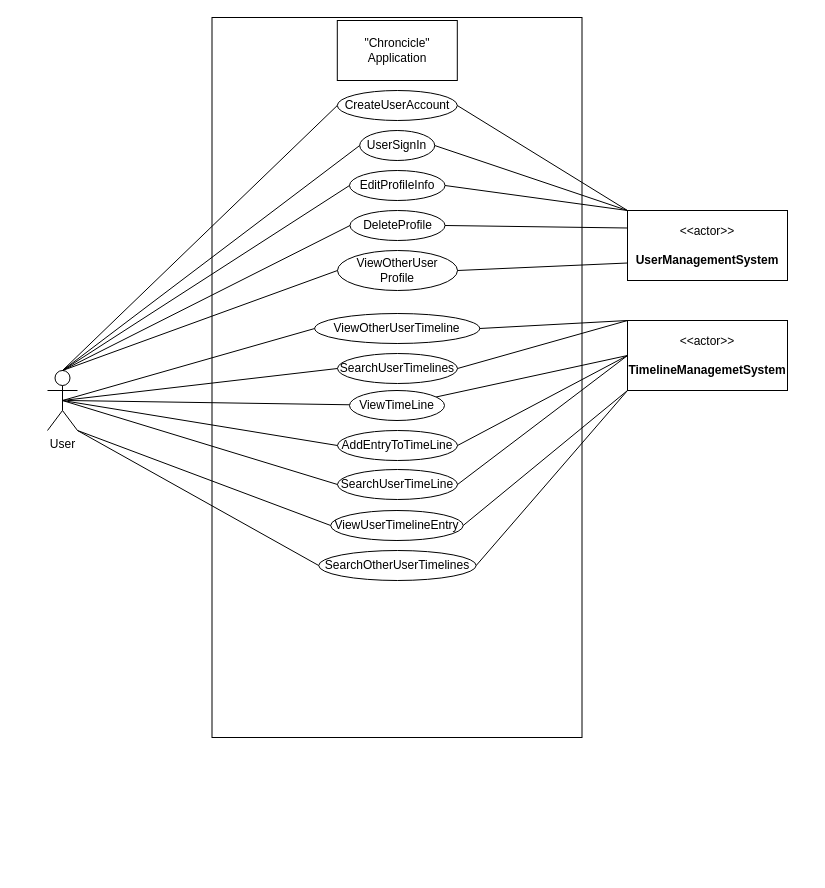
Vaibhav-G-Parmar/Chronicle-Your-Ultimate-Travel-Companion keeps this draw.io diagram as Untitled Diagram.drawio. Above is the earlier version. Source tidied: cells renumbered, new cells numbered last; positions are measured from the earlier drawing's top-left corner, leaving out a move shared by most shapes. Both pictures are drawn from the tidied source at 100%, with x=0, y=0 at pixel (47, 17).
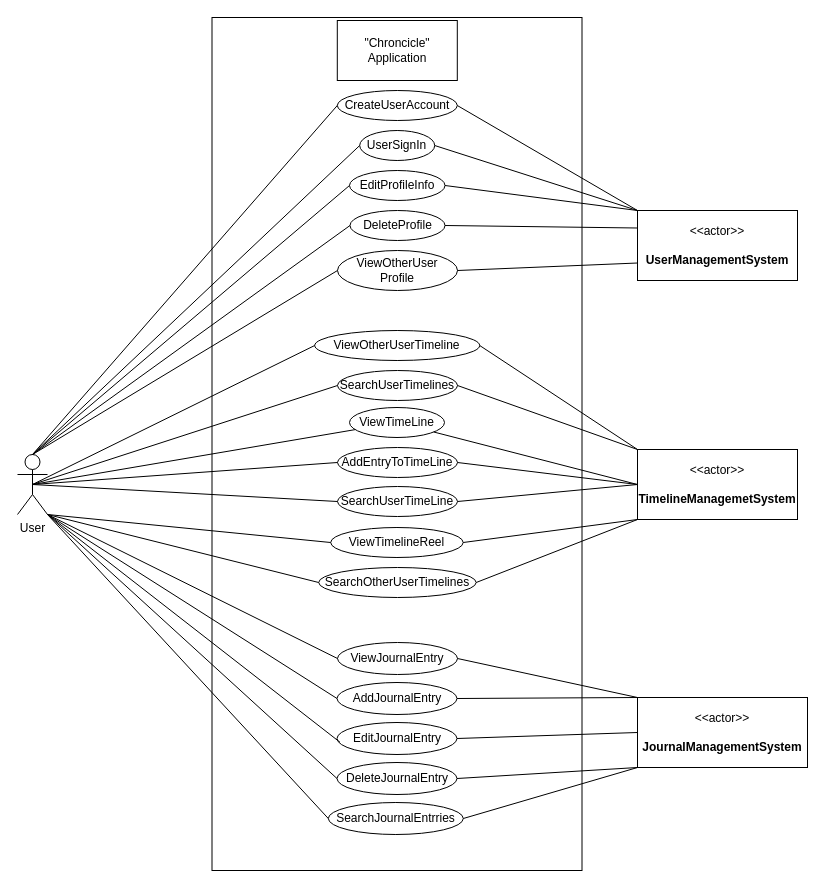
After the change.

The edit, as a diff of the source:
```diff
@@
     <mxCell id="2" style="rounded=0;whiteSpace=wrap;html=1;" parent="1" vertex="1">
-      <mxGeometry x="164.5" width="370" height="720" as="geometry" />
+      <mxGeometry x="164.5" width="370" height="853" as="geometry" />
     </mxCell>
     <mxCell id="3" value="User" style="shape=umlActor;verticalLabelPosition=bottom;verticalAlign=top;html=1;outlineConnect=0;" parent="1" vertex="1">
-      <mxGeometry y="353" width="30" height="60" as="geometry" />
+      <mxGeometry x="-30" y="437" width="30" height="60" as="geometry" />
     </mxCell>
     <mxCell id="4" value="&amp;lt;&amp;lt;actor&amp;gt;&amp;gt;&lt;br&gt;&lt;br&gt;&lt;b&gt;UserManagementSystem&lt;br&gt;&lt;/b&gt;" style="html=1;align=center;verticalAlign=middle;dashed=0;whiteSpace=wrap;" parent="1" vertex="1">
-      <mxGeometry x="580" y="193" width="160" height="70" as="geometry" />
+      <mxGeometry x="590" y="193" width="160" height="70" as="geometry" />
     </mxCell>
@@
     <mxCell id="18" value="&amp;lt;&amp;lt;actor&amp;gt;&amp;gt;&lt;br&gt;&lt;br&gt;&lt;b style=&quot;border-color: var(--border-color);&quot;&gt;TimelineManagemetSystem&lt;/b&gt;&lt;b&gt;&lt;br&gt;&lt;/b&gt;" style="html=1;align=center;verticalAlign=middle;dashed=0;whiteSpace=wrap;" parent="1" vertex="1">
-      <mxGeometry x="580" y="303" width="160" height="70" as="geometry" />
+      <mxGeometry x="590" y="432" width="160" height="70" as="geometry" />
     </mxCell>
     <mxCell id="19" value="ViewOtherUserTimeline" style="ellipse;whiteSpace=wrap;html=1;" parent="1" vertex="1">
-      <mxGeometry x="267.2" y="296" width="165" height="30" as="geometry" />
+      <mxGeometry x="267.2" y="313" width="165" height="30" as="geometry" />
     </mxCell>
-    <mxCell id="20" style="endArrow=none;html=1;rounded=0;entryX=0;entryY=0.5;entryDx=0;entryDy=0;" parent="1" edge="1" target="19">
-      <mxGeometry relative="1" as="geometry">
-        <mxPoint x="15" y="383" as="sourcePoint" />
-      </mxGeometry>
+    <mxCell id="20" style="endArrow=none;html=1;rounded=0;entryX=0;entryY=0.5;entryDx=0;entryDy=0;exitX=0.5;exitY=0.5;exitDx=0;exitDy=0;exitPerimeter=0;" parent="1" edge="1" source="3" target="19">
+      <mxGeometry relative="1" as="geometry" />
     </mxCell>
     <mxCell id="21" value="SearchUserTimelines" style="ellipse;whiteSpace=wrap;html=1;" parent="1" vertex="1">
-      <mxGeometry x="290" y="336" width="120" height="30" as="geometry" />
+      <mxGeometry x="290" y="353" width="120" height="30" as="geometry" />
     </mxCell>
@@
     <mxCell id="25" value="ViewTimeLine" style="ellipse;whiteSpace=wrap;html=1;" parent="1" vertex="1">
-      <mxGeometry x="302" y="373" width="95" height="30" as="geometry" />
+      <mxGeometry x="302" y="390" width="95" height="30" as="geometry" />
     </mxCell>
-    <mxCell id="26" style="endArrow=none;html=1;rounded=0;" parent="1" edge="1" target="25">
-      <mxGeometry relative="1" as="geometry">
-        <mxPoint x="20" y="383" as="sourcePoint" />
-      </mxGeometry>
+    <mxCell id="26" style="endArrow=none;html=1;rounded=0;exitX=0.5;exitY=0.5;exitDx=0;exitDy=0;exitPerimeter=0;" parent="1" edge="1" source="3" target="25">
+      <mxGeometry relative="1" as="geometry" />
     </mxCell>
     <mxCell id="27" value="SearchUserTimeLine" style="ellipse;whiteSpace=wrap;html=1;" parent="1" vertex="1">
-      <mxGeometry x="290" y="452" width="120" height="30" as="geometry" />
+      <mxGeometry x="290" y="469" width="120" height="30" as="geometry" />
     </mxCell>
@@
     <mxCell id="30" value="AddEntryToTimeLine" style="ellipse;whiteSpace=wrap;html=1;" parent="1" vertex="1">
-      <mxGeometry x="290" y="413" width="120" height="30" as="geometry" />
+      <mxGeometry x="290" y="430" width="120" height="30" as="geometry" />
     </mxCell>
@@
-    <mxCell id="37" value="ViewUserTimelineEntry" style="ellipse;whiteSpace=wrap;html=1;" parent="1" vertex="1">
-      <mxGeometry x="283.2" y="493" width="132.5" height="30" as="geometry" />
+    <mxCell id="37" value="ViewTimelineReel" style="ellipse;whiteSpace=wrap;html=1;" parent="1" vertex="1">
+      <mxGeometry x="283.2" y="510" width="132.5" height="30" as="geometry" />
     </mxCell>
@@
     <mxCell id="40" value="SearchOtherUserTimelines" style="ellipse;whiteSpace=wrap;html=1;" parent="1" vertex="1">
-      <mxGeometry x="271.2" y="533" width="157.5" height="30" as="geometry" />
+      <mxGeometry x="271.2" y="550" width="157.5" height="30" as="geometry" />
     </mxCell>
-    <mxCell id="41" style="endArrow=none;html=1;rounded=0;entryX=0;entryY=0.5;entryDx=0;entryDy=0;" parent="1" edge="1" target="40">
-      <mxGeometry relative="1" as="geometry">
-        <mxPoint x="30" y="413" as="sourcePoint" />
-      </mxGeometry>
+    <mxCell id="41" style="endArrow=none;html=1;rounded=0;entryX=0;entryY=0.5;entryDx=0;entryDy=0;exitX=1;exitY=1;exitDx=0;exitDy=0;exitPerimeter=0;" parent="1" edge="1" source="3" target="40">
+      <mxGeometry relative="1" as="geometry" />
     </mxCell>
@@
+    <mxCell id="43" value="ViewJournalEntry" style="ellipse;whiteSpace=wrap;html=1;" parent="1" vertex="1">
+      <mxGeometry x="290" y="625" width="120" height="32" as="geometry" />
+    </mxCell>
+    <mxCell id="44" value="&amp;lt;&amp;lt;actor&amp;gt;&amp;gt;&lt;br&gt;&lt;br&gt;&lt;b&gt;JournalManagementSystem&lt;br&gt;&lt;/b&gt;" style="html=1;align=center;verticalAlign=middle;dashed=0;whiteSpace=wrap;" parent="1" vertex="1">
+      <mxGeometry x="590" y="680" width="170" height="70" as="geometry" />
+    </mxCell>
+    <mxCell id="45" style="endArrow=none;html=1;rounded=0;entryX=0;entryY=0.5;entryDx=0;entryDy=0;exitX=1;exitY=1;exitDx=0;exitDy=0;exitPerimeter=0;" parent="1" edge="1" source="3" target="43">
+      <mxGeometry relative="1" as="geometry" />
+    </mxCell>
+    <mxCell id="46" value="SearchJournalEntrries" style="ellipse;whiteSpace=wrap;html=1;" parent="1" vertex="1">
+      <mxGeometry x="280.8" y="785" width="135" height="32" as="geometry" />
+    </mxCell>
+    <mxCell id="47" style="endArrow=none;html=1;rounded=0;entryX=0;entryY=0.5;entryDx=0;entryDy=0;exitX=1;exitY=1;exitDx=0;exitDy=0;exitPerimeter=0;" parent="1" edge="1" source="3" target="46">
+      <mxGeometry relative="1" as="geometry" />
+    </mxCell>
+    <mxCell id="48" style="endArrow=none;html=1;rounded=0;exitX=1;exitY=0.5;exitDx=0;exitDy=0;entryX=0;entryY=1;entryDx=0;entryDy=0;" parent="1" edge="1" source="46" target="44">
+      <mxGeometry relative="1" as="geometry" />
+    </mxCell>
+    <mxCell id="49" value="AddJournalEntry" style="ellipse;whiteSpace=wrap;html=1;" parent="1" vertex="1">
+      <mxGeometry x="289.5" y="665" width="120" height="32" as="geometry" />
+    </mxCell>
+    <mxCell id="50" value="DeleteJournalEntry" style="ellipse;whiteSpace=wrap;html=1;" parent="1" vertex="1">
+      <mxGeometry x="289.5" y="745" width="120" height="32" as="geometry" />
+    </mxCell>
+    <mxCell id="51" value="EditJournalEntry" style="ellipse;whiteSpace=wrap;html=1;" parent="1" vertex="1">
+      <mxGeometry x="289.5" y="705" width="120" height="32" as="geometry" />
+    </mxCell>
+    <mxCell id="52" style="endArrow=none;html=1;rounded=0;entryX=0;entryY=0.5;entryDx=0;entryDy=0;exitX=1;exitY=1;exitDx=0;exitDy=0;exitPerimeter=0;" parent="1" edge="1" source="3" target="49">
+      <mxGeometry relative="1" as="geometry" />
+    </mxCell>
+    <mxCell id="53" style="endArrow=none;html=1;rounded=0;entryX=0.025;entryY=0.617;entryDx=0;entryDy=0;entryPerimeter=0;exitX=1;exitY=1;exitDx=0;exitDy=0;exitPerimeter=0;" parent="1" edge="1" source="3" target="51">
+      <mxGeometry relative="1" as="geometry" />
+    </mxCell>
+    <mxCell id="54" style="endArrow=none;html=1;rounded=0;entryX=0;entryY=0.5;entryDx=0;entryDy=0;exitX=1;exitY=1;exitDx=0;exitDy=0;exitPerimeter=0;" parent="1" edge="1" source="3" target="50">
+      <mxGeometry relative="1" as="geometry" />
+    </mxCell>
+    <mxCell id="55" style="endArrow=none;html=1;rounded=0;exitX=1;exitY=0.5;exitDx=0;exitDy=0;entryX=0;entryY=0.5;entryDx=0;entryDy=0;" parent="1" edge="1" source="51" target="44">
+      <mxGeometry relative="1" as="geometry" />
+    </mxCell>
+    <mxCell id="56" style="endArrow=none;html=1;rounded=0;exitX=1;exitY=0.5;exitDx=0;exitDy=0;entryX=0;entryY=1;entryDx=0;entryDy=0;" parent="1" edge="1" source="50" target="44">
+      <mxGeometry relative="1" as="geometry" />
+    </mxCell>
+    <mxCell id="57" style="endArrow=none;html=1;rounded=0;exitX=1;exitY=0.5;exitDx=0;exitDy=0;entryX=0;entryY=0;entryDx=0;entryDy=0;" parent="1" edge="1" source="43" target="44">
+      <mxGeometry relative="1" as="geometry" />
+    </mxCell>
+    <mxCell id="58" style="endArrow=none;html=1;rounded=0;exitX=1;exitY=0.5;exitDx=0;exitDy=0;entryX=0;entryY=0;entryDx=0;entryDy=0;" parent="1" edge="1" source="49" target="44">
+      <mxGeometry relative="1" as="geometry" />
+    </mxCell>
```
